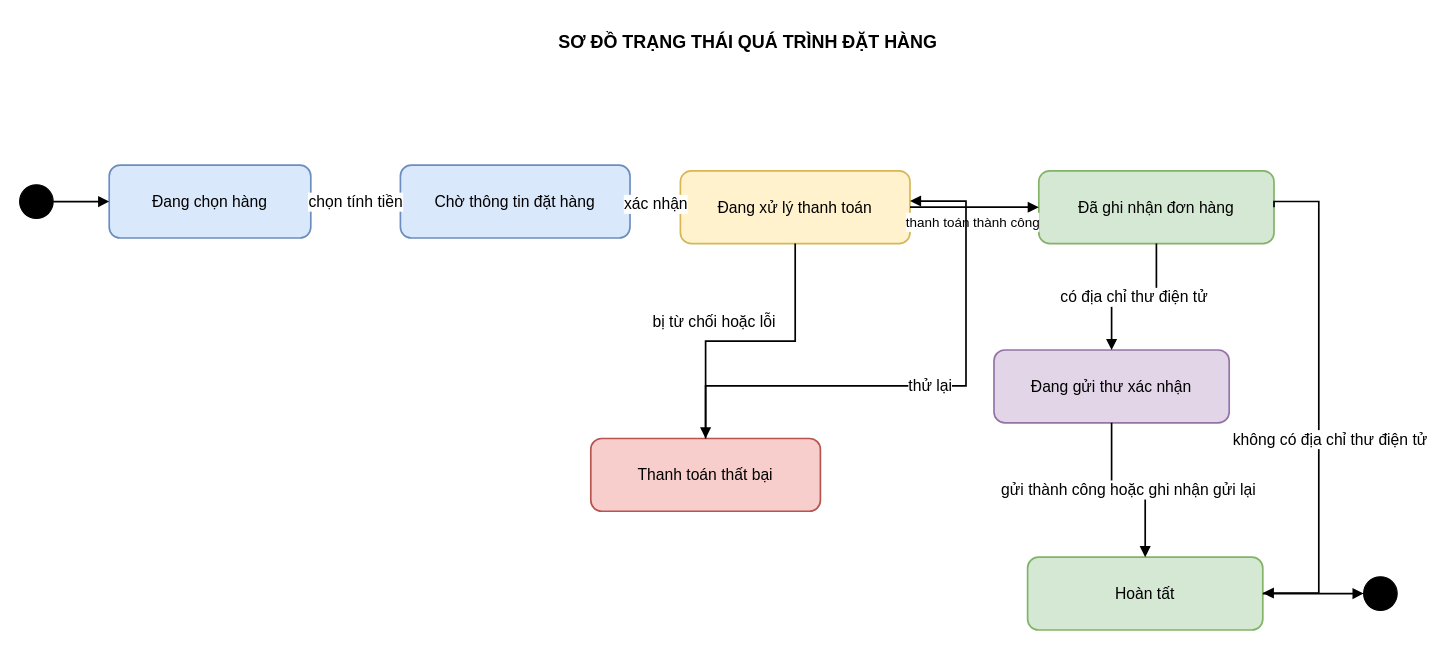
1250080044-PhamMinhGiang-12DHCNPM1/OOP-Lab keeps this draw.io diagram as page "03 Trạng thái đặt hàng" (3 of 9) of LAB_AT_OOSD/LAB04/ThietKe/PhamMInhGiang-12DHCNPM1-ThietKeLab04.drawio. Above is the earlier version. Source tidied: cells renumbered, new cells numbered last; positions are measured from the earlier drawing's top-left corner, leaving out a move shared by most shapes. Both pictures are drawn from the tidied source at 112%, with x=0, y=0 at pixel (19, 19).
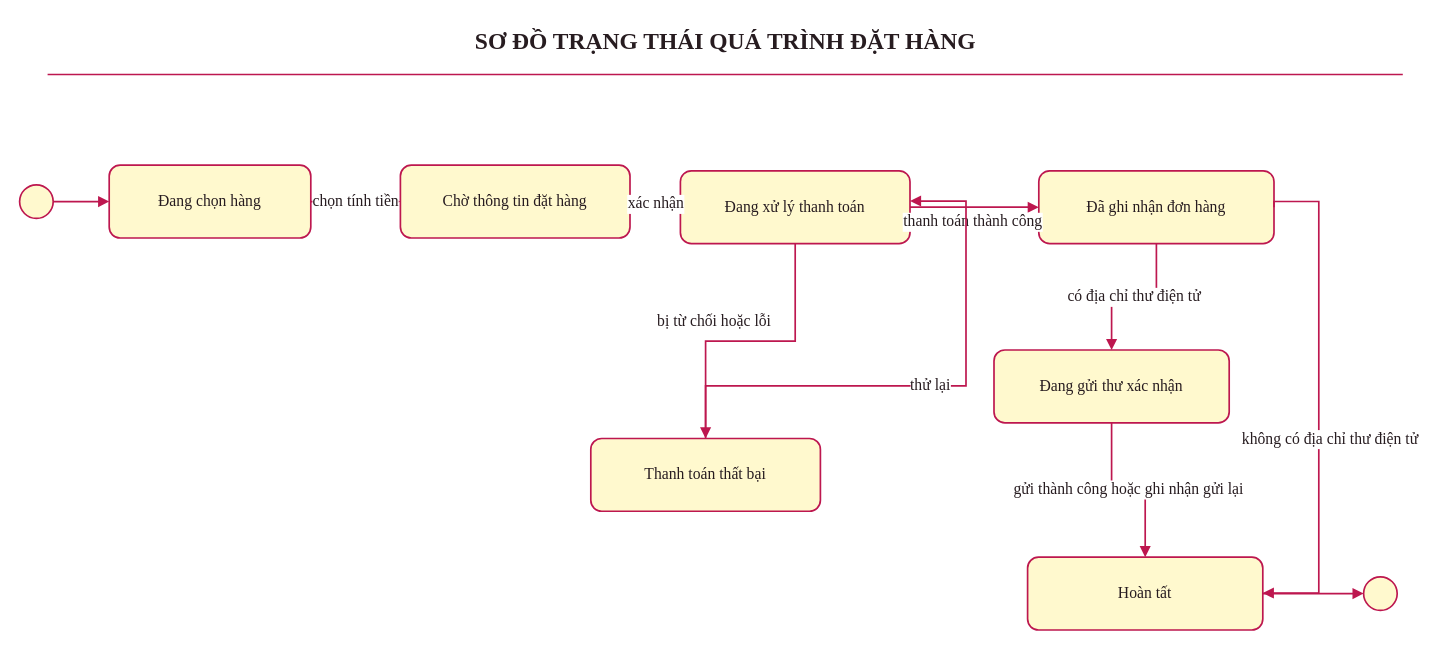
After the change.

Change to the diagram source:
```diff
@@
-<mxGraphModel>
+<mxGraphModel background="#FFFFFF">
@@
-    <mxCell id="2" value="&lt;font style=&quot;font-size: 16px;&quot;&gt;SƠ ĐỒ TRẠNG THÁI QUÁ TRÌNH ĐẶT HÀNG&lt;/font&gt;" style="text;html=1;align=center;verticalAlign=middle;fontSize=14;fontStyle=1;" parent="1" vertex="1">
-      <mxGeometry x="350" width="600" height="40" as="geometry" />
+    <mxCell id="2" value="SƠ ĐỒ TRẠNG THÁI QUÁ TRÌNH ĐẶT HÀNG" style="text;html=1;align=center;verticalAlign=middle;fontSize=21;fontStyle=1;fontFamily=Times New Roman;fontColor=#271C20;fillColor=none;strokeColor=none;" parent="1" vertex="1">
+      <mxGeometry x="330" width="600" height="40" as="geometry" />
     </mxCell>
-    <mxCell id="3" style="ellipse;html=1;fillColor=#000000;strokeColor=#000000;fontSize=14;" parent="1" vertex="1">
+    <mxCell id="3" style="ellipse;html=1;fillColor=#FFF9CE;strokeColor=#BD174F;fontSize=14;fontFamily=Times New Roman;fontColor=#271C20;strokeWidth=1.5;" parent="1" vertex="1">
       <mxGeometry y="147.5" width="30" height="30" as="geometry" />
     </mxCell>
-    <mxCell id="4" value="Đang chọn hàng" style="rounded=1;whiteSpace=wrap;html=1;fillColor=#dae8fc;strokeColor=#6c8ebf;strokeWidth=1.5;fontSize=14;" parent="1" vertex="1">
+    <mxCell id="4" value="Đang chọn hàng" style="rounded=1;whiteSpace=wrap;html=1;fillColor=#FFF9CE;strokeColor=#BD174F;strokeWidth=1.5;fontSize=14;fontFamily=Times New Roman;fontColor=#271C20;" parent="1" vertex="1">
       <mxGeometry x="80" y="130" width="180" height="65" as="geometry" />
     </mxCell>
-    <mxCell id="5" value="Chờ thông tin đặt hàng" style="rounded=1;whiteSpace=wrap;html=1;fillColor=#dae8fc;strokeColor=#6c8ebf;strokeWidth=1.5;fontSize=14;" parent="1" vertex="1">
+    <mxCell id="5" value="Chờ thông tin đặt hàng" style="rounded=1;whiteSpace=wrap;html=1;fillColor=#FFF9CE;strokeColor=#BD174F;strokeWidth=1.5;fontSize=14;fontFamily=Times New Roman;fontColor=#271C20;" parent="1" vertex="1">
       <mxGeometry x="340" y="130" width="205" height="65" as="geometry" />
     </mxCell>
-    <mxCell id="6" value="Đang xử lý thanh toán" style="rounded=1;whiteSpace=wrap;html=1;fillColor=#fff2cc;strokeColor=#d6b656;strokeWidth=1.5;fontSize=14;" parent="1" vertex="1">
+    <mxCell id="6" value="Đang xử lý thanh toán" style="rounded=1;whiteSpace=wrap;html=1;fillColor=#FFF9CE;strokeColor=#BD174F;strokeWidth=1.5;fontSize=14;fontFamily=Times New Roman;fontColor=#271C20;" parent="1" vertex="1">
       <mxGeometry x="590" y="135" width="205" height="65" as="geometry" />
     </mxCell>
-    <mxCell id="7" value="Đã ghi nhận đơn hàng" style="rounded=1;whiteSpace=wrap;html=1;fillColor=#d5e8d4;strokeColor=#82b366;strokeWidth=1.5;fontSize=14;" parent="1" vertex="1">
+    <mxCell id="7" value="Đã ghi nhận đơn hàng" style="rounded=1;whiteSpace=wrap;html=1;fillColor=#FFF9CE;strokeColor=#BD174F;strokeWidth=1.5;fontSize=14;fontFamily=Times New Roman;fontColor=#271C20;" parent="1" vertex="1">
       <mxGeometry x="910" y="135" width="210" height="65" as="geometry" />
     </mxCell>
-    <mxCell id="8" value="Thanh toán thất bại" style="rounded=1;whiteSpace=wrap;html=1;fillColor=#f8cecc;strokeColor=#b85450;strokeWidth=1.5;fontSize=14;" parent="1" vertex="1">
+    <mxCell id="8" value="Thanh toán thất bại" style="rounded=1;whiteSpace=wrap;html=1;fillColor=#FFF9CE;strokeColor=#BD174F;strokeWidth=1.5;fontSize=14;fontFamily=Times New Roman;fontColor=#271C20;" parent="1" vertex="1">
       <mxGeometry x="510" y="374" width="205" height="65" as="geometry" />
     </mxCell>
-    <mxCell id="9" value="Đang gửi thư xác nhận" style="rounded=1;whiteSpace=wrap;html=1;fillColor=#e1d5e7;strokeColor=#9673a6;strokeWidth=1.5;fontSize=14;" parent="1" vertex="1">
+    <mxCell id="9" value="Đang gửi thư xác nhận" style="rounded=1;whiteSpace=wrap;html=1;fillColor=#FFF9CE;strokeColor=#BD174F;strokeWidth=1.5;fontSize=14;fontFamily=Times New Roman;fontColor=#271C20;" parent="1" vertex="1">
       <mxGeometry x="870" y="295" width="210" height="65" as="geometry" />
     </mxCell>
-    <mxCell id="10" value="Hoàn tất" style="rounded=1;whiteSpace=wrap;html=1;fillColor=#d5e8d4;strokeColor=#82b366;strokeWidth=1.5;fontSize=14;" parent="1" vertex="1">
+    <mxCell id="10" value="Hoàn tất" style="rounded=1;whiteSpace=wrap;html=1;fillColor=#FFF9CE;strokeColor=#BD174F;strokeWidth=1.5;fontSize=14;fontFamily=Times New Roman;fontColor=#271C20;" parent="1" vertex="1">
       <mxGeometry x="900" y="480" width="210" height="65" as="geometry" />
     </mxCell>
-    <mxCell id="11" style="ellipse;html=1;fillColor=#000000;strokeColor=#000000;fontSize=14;" parent="1" vertex="1">
+    <mxCell id="11" style="ellipse;html=1;fillColor=#FFF9CE;strokeColor=#BD174F;fontSize=14;fontFamily=Times New Roman;fontColor=#271C20;strokeWidth=1.5;" parent="1" vertex="1">
       <mxGeometry x="1200" y="497.5" width="30" height="30" as="geometry" />
     </mxCell>
-    <mxCell id="12" style="edgeStyle=orthogonalEdgeStyle;rounded=0;jettySize=auto;html=1;endArrow=block;endFill=1;strokeWidth=1.5;fontSize=14;" parent="1" edge="1" source="3" target="4">
+    <mxCell id="12" style="edgeStyle=orthogonalEdgeStyle;rounded=0;jettySize=auto;html=1;endArrow=block;endFill=1;strokeWidth=1.5;fontSize=14;strokeColor=#BD174F;fontFamily=Times New Roman;fontColor=#271C20;labelBackgroundColor=#FFFFFF;" parent="1" edge="1" source="3" target="4">
       <mxGeometry relative="1" as="geometry" />
     </mxCell>
-    <mxCell id="13" value="chọn tính tiền" style="edgeStyle=orthogonalEdgeStyle;rounded=0;jettySize=auto;html=1;endArrow=block;endFill=1;strokeWidth=1.5;fontSize=14;" parent="1" edge="1" source="4" target="5">
+    <mxCell id="13" value="chọn tính tiền" style="edgeStyle=orthogonalEdgeStyle;rounded=0;jettySize=auto;html=1;endArrow=block;endFill=1;strokeWidth=1.5;fontSize=14;strokeColor=#BD174F;fontFamily=Times New Roman;fontColor=#271C20;labelBackgroundColor=#FFFFFF;" parent="1" edge="1" source="4" target="5">
       <mxGeometry relative="1" as="geometry" />
     </mxCell>
-    <mxCell id="14" value="xác nhận" style="edgeStyle=orthogonalEdgeStyle;rounded=0;jettySize=auto;html=1;endArrow=block;endFill=1;strokeWidth=1.5;fontSize=14;" parent="1" edge="1" source="5" target="6">
+    <mxCell id="14" value="xác nhận" style="edgeStyle=orthogonalEdgeStyle;rounded=0;jettySize=auto;html=1;endArrow=block;endFill=1;strokeWidth=1.5;fontSize=14;strokeColor=#BD174F;fontFamily=Times New Roman;fontColor=#271C20;labelBackgroundColor=#FFFFFF;" parent="1" edge="1" source="5" target="6">
       <mxGeometry relative="1" as="geometry" />
     </mxCell>
-    <mxCell id="15" value="&lt;font style=&quot;font-size: 12px;&quot;&gt;thanh toán thành công&lt;/font&gt;" style="edgeStyle=orthogonalEdgeStyle;rounded=0;jettySize=auto;html=1;endArrow=block;endFill=1;strokeWidth=1.5;fontSize=14;" parent="1" edge="1" source="6" target="7">
+    <mxCell id="15" value="thanh toán thành công" style="edgeStyle=orthogonalEdgeStyle;rounded=0;jettySize=auto;html=1;endArrow=block;endFill=1;strokeWidth=1.5;fontSize=14;strokeColor=#BD174F;fontFamily=Times New Roman;fontColor=#271C20;labelBackgroundColor=#FFFFFF;" parent="1" edge="1" source="6" target="7">
       <mxGeometry x="-0.04" y="-12" relative="1" as="geometry">
         <mxPoint x="1" y="1" as="offset" />
       </mxGeometry>
     </mxCell>
-    <mxCell id="16" value="bị từ chối hoặc lỗi" style="edgeStyle=orthogonalEdgeStyle;rounded=0;jettySize=auto;html=1;endArrow=block;endFill=1;strokeWidth=1.5;fontSize=14;" parent="1" edge="1" source="6" target="8">
+    <mxCell id="16" value="bị từ chối hoặc lỗi" style="edgeStyle=orthogonalEdgeStyle;rounded=0;jettySize=auto;html=1;endArrow=block;endFill=1;strokeWidth=1.5;fontSize=14;strokeColor=#BD174F;fontFamily=Times New Roman;fontColor=#271C20;labelBackgroundColor=#FFFFFF;" parent="1" edge="1" source="6" target="8">
       <mxGeometry x="0.26" y="-17" relative="1" as="geometry" />
     </mxCell>
-    <mxCell id="17" value="thử lại" style="edgeStyle=orthogonalEdgeStyle;rounded=0;jettySize=auto;html=1;endArrow=block;endFill=1;strokeWidth=1.5;fontSize=14;" parent="1" edge="1" source="8" target="6">
+    <mxCell id="17" value="thử lại" style="edgeStyle=orthogonalEdgeStyle;rounded=0;jettySize=auto;html=1;endArrow=block;endFill=1;strokeWidth=1.5;fontSize=14;strokeColor=#BD174F;fontFamily=Times New Roman;fontColor=#271C20;labelBackgroundColor=#FFFFFF;" parent="1" edge="1" source="8" target="6">
       <mxGeometry relative="1" as="geometry">
         <Array as="points">
           <mxPoint x="845" y="327" />
           <mxPoint x="845" y="162" />
         </Array>
       </mxGeometry>
     </mxCell>
-    <mxCell id="18" value="có địa chỉ thư điện tử" style="edgeStyle=orthogonalEdgeStyle;rounded=0;jettySize=auto;html=1;endArrow=block;endFill=1;strokeWidth=1.5;fontSize=14;" parent="1" edge="1" source="7" target="9">
+    <mxCell id="18" value="có địa chỉ thư điện tử" style="edgeStyle=orthogonalEdgeStyle;rounded=0;jettySize=auto;html=1;endArrow=block;endFill=1;strokeWidth=1.5;fontSize=14;strokeColor=#BD174F;fontFamily=Times New Roman;fontColor=#271C20;labelBackgroundColor=#FFFFFF;" parent="1" edge="1" source="7" target="9">
       <mxGeometry relative="1" as="geometry" />
     </mxCell>
-    <mxCell id="19" value="gửi thành công hoặc ghi nhận gửi lại" style="edgeStyle=orthogonalEdgeStyle;rounded=0;jettySize=auto;html=1;endArrow=block;endFill=1;strokeWidth=1.5;fontSize=14;" parent="1" edge="1" source="9" target="10">
+    <mxCell id="19" value="gửi thành công hoặc ghi nhận gửi lại" style="edgeStyle=orthogonalEdgeStyle;rounded=0;jettySize=auto;html=1;endArrow=block;endFill=1;strokeWidth=1.5;fontSize=14;strokeColor=#BD174F;fontFamily=Times New Roman;fontColor=#271C20;labelBackgroundColor=#FFFFFF;" parent="1" edge="1" source="9" target="10">
       <mxGeometry relative="1" as="geometry" />
     </mxCell>
-    <mxCell id="20" value="không có địa chỉ thư điện tử" style="edgeStyle=orthogonalEdgeStyle;rounded=0;jettySize=auto;html=1;endArrow=block;endFill=1;strokeWidth=1.5;fontSize=14;exitX=1;exitY=0.5;exitDx=0;exitDy=0;" parent="1" edge="1" source="7">
+    <mxCell id="20" value="không có địa chỉ thư điện tử" style="edgeStyle=orthogonalEdgeStyle;rounded=0;jettySize=auto;html=1;endArrow=block;endFill=1;strokeWidth=1.5;fontSize=14;exitX=1;exitY=0.5;exitDx=0;exitDy=0;strokeColor=#BD174F;fontFamily=Times New Roman;fontColor=#271C20;labelBackgroundColor=#FFFFFF;" parent="1" edge="1" source="7">
       <mxGeometry x="0.16" y="10" relative="1" as="geometry">
         <mxPoint x="1110" y="512" as="targetPoint" />
         <Array as="points">
           <mxPoint x="1120" y="162.4" />
           <mxPoint x="1160" y="162.4" />
           <mxPoint x="1160" y="512" />
         </Array>
       </mxGeometry>
     </mxCell>
-    <mxCell id="21" style="edgeStyle=orthogonalEdgeStyle;rounded=0;jettySize=auto;html=1;endArrow=block;endFill=1;strokeWidth=1.5;fontSize=14;" parent="1" edge="1" source="10" target="11">
+    <mxCell id="21" style="edgeStyle=orthogonalEdgeStyle;rounded=0;jettySize=auto;html=1;endArrow=block;endFill=1;strokeWidth=1.5;fontSize=14;strokeColor=#BD174F;fontFamily=Times New Roman;fontColor=#271C20;labelBackgroundColor=#FFFFFF;" parent="1" edge="1" source="10" target="11">
       <mxGeometry relative="1" as="geometry" />
     </mxCell>
+    <mxCell id="22" style="edgeStyle=none;html=1;strokeColor=#BD174F;strokeWidth=1.5;endArrow=none;fontFamily=Times New Roman;fontColor=#271C20;labelBackgroundColor=#FFFFFF;fontSize=13;" parent="1" edge="1">
+      <mxGeometry relative="1" as="geometry">
+        <mxPoint x="25" y="49" as="sourcePoint" />
+        <mxPoint x="1235" y="49" as="targetPoint" />
+      </mxGeometry>
+    </mxCell>
```
